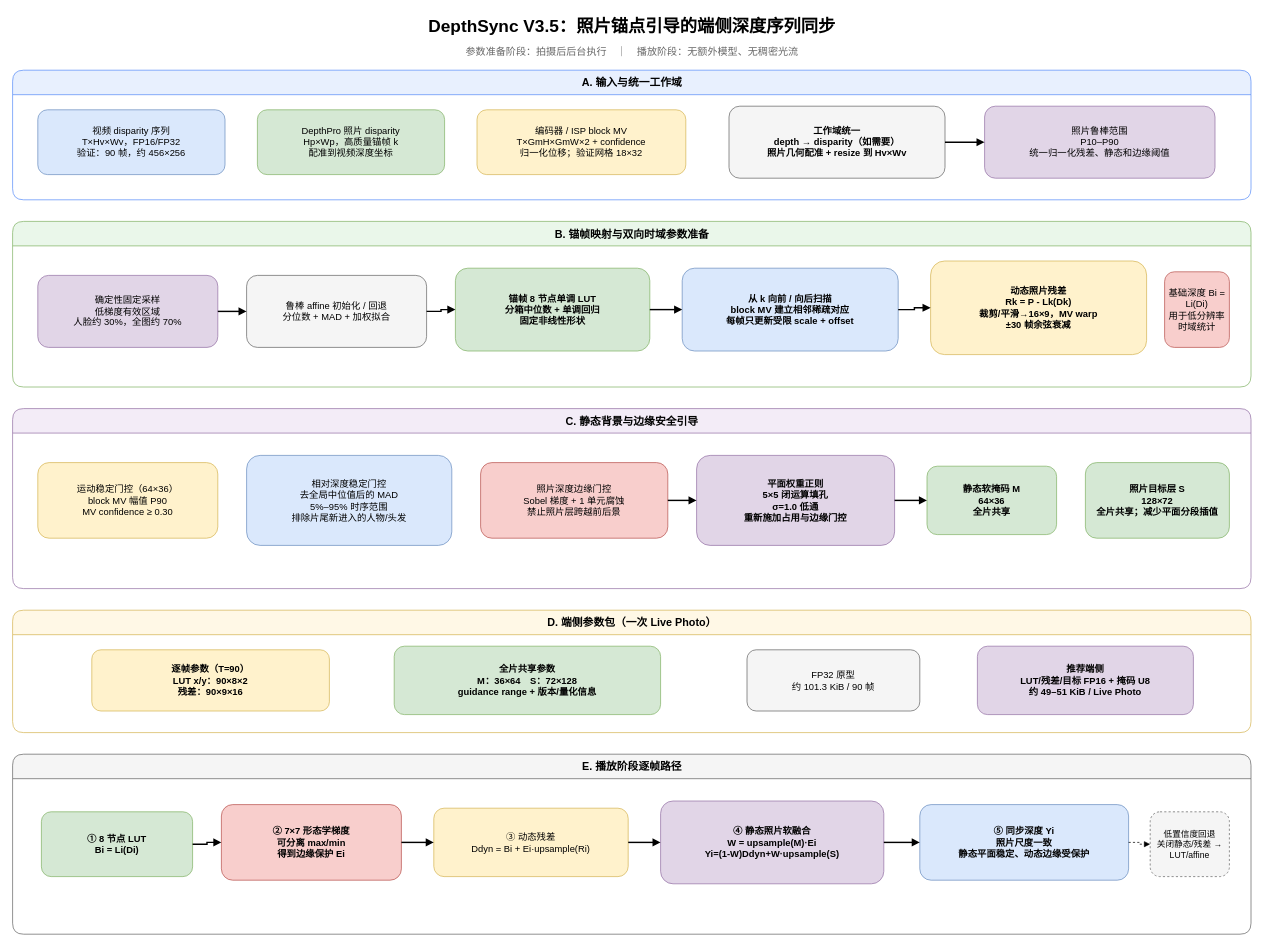
Above: docs/depthsync-flow.drawio in luckystone60/DepthSync (draw.io), before the change. Source tidied: cells renumbered, new cells numbered last; positions are measured from the earlier drawing's top-left corner, leaving out a move shared by most shapes. Both pictures are drawn from the tidied source at 72%, with x=0, y=0 at pixel (12, 12).
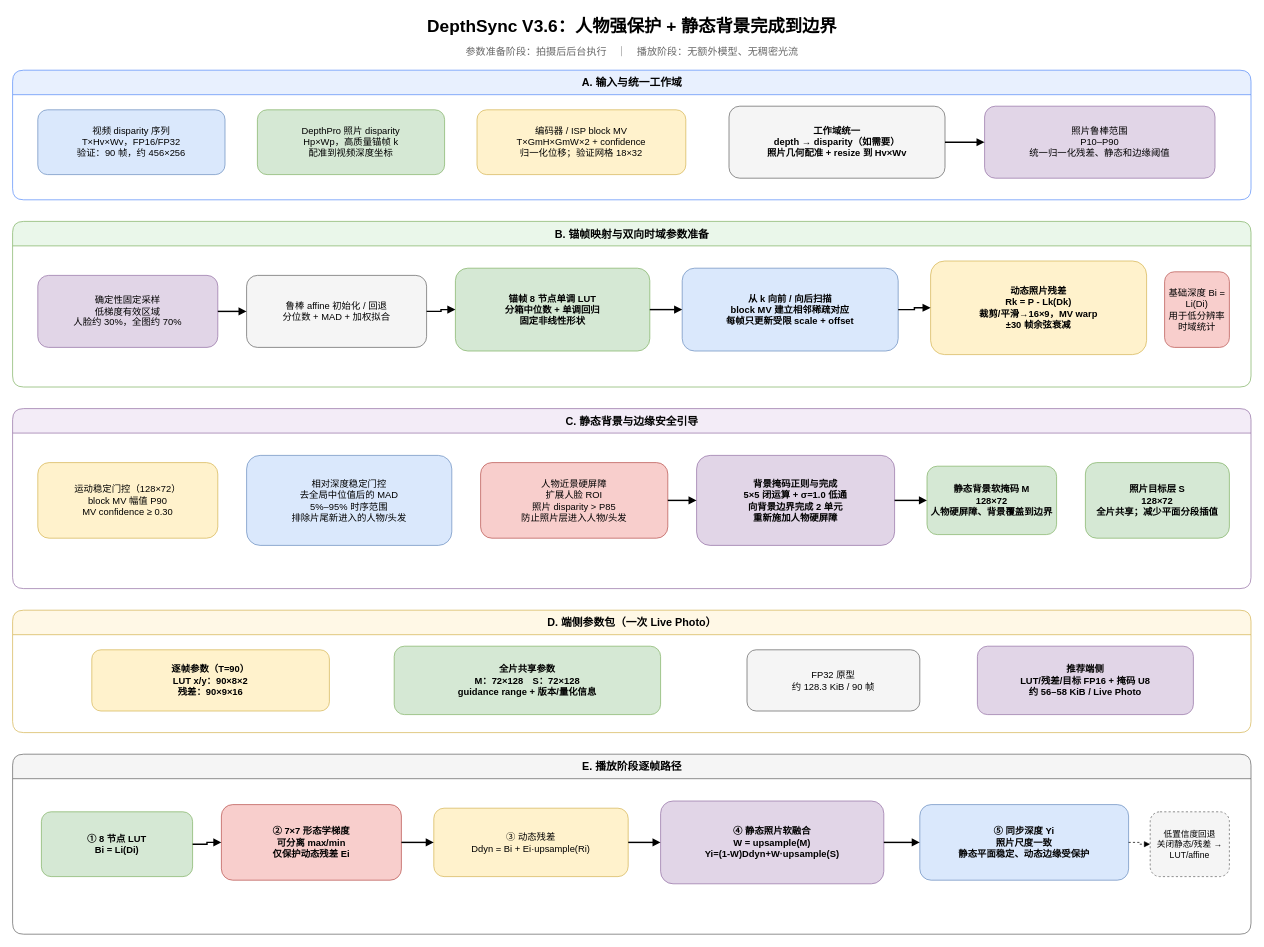
Above is the later version.

Commit message (it also covers changes not shown here):
fix: complete static guidance at background boundaries

The change refers to these unchanged cells:
```xml
<mxCell id="17" value="C. 静态背景与边缘安全引导" style="swimlane;html=1;startSize=34;rounded=1;fillColor=#F3ECF7;strokeColor=#9673A6;fontStyle=1;fontSize=15;" parent="1" vertex="1">
  <mxGeometry y="550" width="1720" height="250" as="geometry" />
</mxCell>
<mxCell id="24" value="D. 端侧参数包（一次 Live Photo）" style="swimlane;html=1;startSize=34;rounded=1;fillColor=#FFF8E6;strokeColor=#D6B656;fontStyle=1;fontSize=15;" parent="1" vertex="1">
  <mxGeometry y="830" width="1720" height="170" as="geometry" />
</mxCell>
<mxCell id="29" value="E. 播放阶段逐帧路径" style="swimlane;html=1;startSize=34;rounded=1;fillColor=#F5F5F5;strokeColor=#666666;fontStyle=1;fontSize=15;" parent="1" vertex="1">
  <mxGeometry y="1030" width="1720" height="250" as="geometry" />
</mxCell>
```

What changed in the source:
```diff
@@
-    <mxCell id="2" value="DepthSync V3.5：照片锚点引导的端侧深度序列同步" style="text;html=1;strokeColor=none;fillColor=none;align=center;verticalAlign=middle;fontSize=24;fontStyle=1;" parent="1" vertex="1">
+    <mxCell id="2" value="DepthSync V3.6：人物强保护 + 静态背景完成到边界" style="text;html=1;strokeColor=none;fillColor=none;align=center;verticalAlign=middle;fontSize=24;fontStyle=1;" parent="1" vertex="1">
       <mxGeometry x="210" width="1300" height="40" as="geometry" />
     </mxCell>
@@
-    <mxCell id="18" value="运动稳定门控（64×36）&#10;block MV 幅值 P90&#10;MV confidence ≥ 0.30" style="rounded=1;whiteSpace=wrap;html=1;fillColor=#FFF2CC;strokeColor=#D6B656;fontSize=13;" parent="17" vertex="1">
+    <mxCell id="18" value="运动稳定门控（128×72）&#10;block MV 幅值 P90&#10;MV confidence ≥ 0.30" style="rounded=1;whiteSpace=wrap;html=1;fillColor=#FFF2CC;strokeColor=#D6B656;fontSize=13;" parent="17" vertex="1">
       <mxGeometry x="35" y="75" width="250" height="105" as="geometry" />
     </mxCell>
@@
-    <mxCell id="20" value="照片深度边缘门控&#10;Sobel 梯度 + 1 单元腐蚀&#10;禁止照片层跨越前后景" style="rounded=1;whiteSpace=wrap;html=1;fillColor=#F8CECC;strokeColor=#B85450;fontSize=13;" parent="17" vertex="1">
+    <mxCell id="20" value="人物近景硬屏障&#10;扩展人脸 ROI&#10;照片 disparity &gt; P85&#10;防止照片层进入人物/头发" style="rounded=1;whiteSpace=wrap;html=1;fillColor=#F8CECC;strokeColor=#B85450;fontSize=13;" parent="17" vertex="1">
       <mxGeometry x="650" y="75" width="260" height="105" as="geometry" />
     </mxCell>
-    <mxCell id="21" value="平面权重正则&#10;5×5 闭运算填孔&#10;σ=1.0 低通&#10;重新施加占用与边缘门控" style="rounded=1;whiteSpace=wrap;html=1;fillColor=#E1D5E7;strokeColor=#9673A6;fontSize=13;fontStyle=1;" parent="17" vertex="1">
+    <mxCell id="21" value="背景掩码正则与完成&#10;5×5 闭运算 + σ=1.0 低通&#10;向背景边界完成 2 单元&#10;重新施加人物硬屏障" style="rounded=1;whiteSpace=wrap;html=1;fillColor=#E1D5E7;strokeColor=#9673A6;fontSize=13;fontStyle=1;" parent="17" vertex="1">
       <mxGeometry x="950" y="65" width="275" height="125" as="geometry" />
     </mxCell>
-    <mxCell id="22" value="静态软掩码 M&#10;64×36&#10;全片共享" style="rounded=1;whiteSpace=wrap;html=1;fillColor=#D5E8D4;strokeColor=#82B366;fontSize=13;fontStyle=1;" parent="17" vertex="1">
+    <mxCell id="22" value="静态背景软掩码 M&#10;128×72&#10;人物硬屏障、背景覆盖到边界" style="rounded=1;whiteSpace=wrap;html=1;fillColor=#D5E8D4;strokeColor=#82B366;fontSize=13;fontStyle=1;" parent="17" vertex="1">
       <mxGeometry x="1270" y="80" width="180" height="95" as="geometry" />
     </mxCell>
@@
-    <mxCell id="26" value="全片共享参数&#10;M：36×64　S：72×128&#10;guidance range + 版本/量化信息" style="rounded=1;whiteSpace=wrap;html=1;fillColor=#D5E8D4;strokeColor=#82B366;fontSize=13;fontStyle=1;" parent="24" vertex="1">
+    <mxCell id="26" value="全片共享参数&#10;M：72×128　S：72×128&#10;guidance range + 版本/量化信息" style="rounded=1;whiteSpace=wrap;html=1;fillColor=#D5E8D4;strokeColor=#82B366;fontSize=13;fontStyle=1;" parent="24" vertex="1">
       <mxGeometry x="530" y="50" width="370" height="95" as="geometry" />
     </mxCell>
-    <mxCell id="27" value="FP32 原型&#10;约 101.3 KiB / 90 帧" style="rounded=1;whiteSpace=wrap;html=1;fillColor=#F5F5F5;strokeColor=#666666;fontSize=13;" parent="24" vertex="1">
+    <mxCell id="27" value="FP32 原型&#10;约 128.3 KiB / 90 帧" style="rounded=1;whiteSpace=wrap;html=1;fillColor=#F5F5F5;strokeColor=#666666;fontSize=13;" parent="24" vertex="1">
       <mxGeometry x="1020" y="55" width="240" height="85" as="geometry" />
     </mxCell>
-    <mxCell id="28" value="推荐端侧&#10;LUT/残差/目标 FP16 + 掩码 U8&#10;约 49–51 KiB / Live Photo" style="rounded=1;whiteSpace=wrap;html=1;fillColor=#E1D5E7;strokeColor=#9673A6;fontSize=13;fontStyle=1;" parent="24" vertex="1">
+    <mxCell id="28" value="推荐端侧&#10;LUT/残差/目标 FP16 + 掩码 U8&#10;约 56–58 KiB / Live Photo" style="rounded=1;whiteSpace=wrap;html=1;fillColor=#E1D5E7;strokeColor=#9673A6;fontSize=13;fontStyle=1;" parent="24" vertex="1">
       <mxGeometry x="1340" y="50" width="300" height="95" as="geometry" />
     </mxCell>
@@
-    <mxCell id="31" value="② 7×7 形态学梯度&#10;可分离 max/min&#10;得到边缘保护 Ei" style="rounded=1;whiteSpace=wrap;html=1;fillColor=#F8CECC;strokeColor=#B85450;fontSize=13;fontStyle=1;" parent="29" vertex="1">
+    <mxCell id="31" value="② 7×7 形态学梯度&#10;可分离 max/min&#10;仅保护动态残差 Ei" style="rounded=1;whiteSpace=wrap;html=1;fillColor=#F8CECC;strokeColor=#B85450;fontSize=13;fontStyle=1;" parent="29" vertex="1">
       <mxGeometry x="290" y="70" width="250" height="105" as="geometry" />
     </mxCell>
@@
-    <mxCell id="33" value="④ 静态照片软融合&#10;W = upsample(M)·Ei&#10;Yi=(1-W)Ddyn+W·upsample(S)" style="rounded=1;whiteSpace=wrap;html=1;fillColor=#E1D5E7;strokeColor=#9673A6;fontSize=13;fontStyle=1;" parent="29" vertex="1">
+    <mxCell id="33" value="④ 静态照片软融合&#10;W = upsample(M)&#10;Yi=(1-W)Ddyn+W·upsample(S)" style="rounded=1;whiteSpace=wrap;html=1;fillColor=#E1D5E7;strokeColor=#9673A6;fontSize=13;fontStyle=1;" parent="29" vertex="1">
       <mxGeometry x="900" y="65" width="310" height="115" as="geometry" />
     </mxCell>
```
